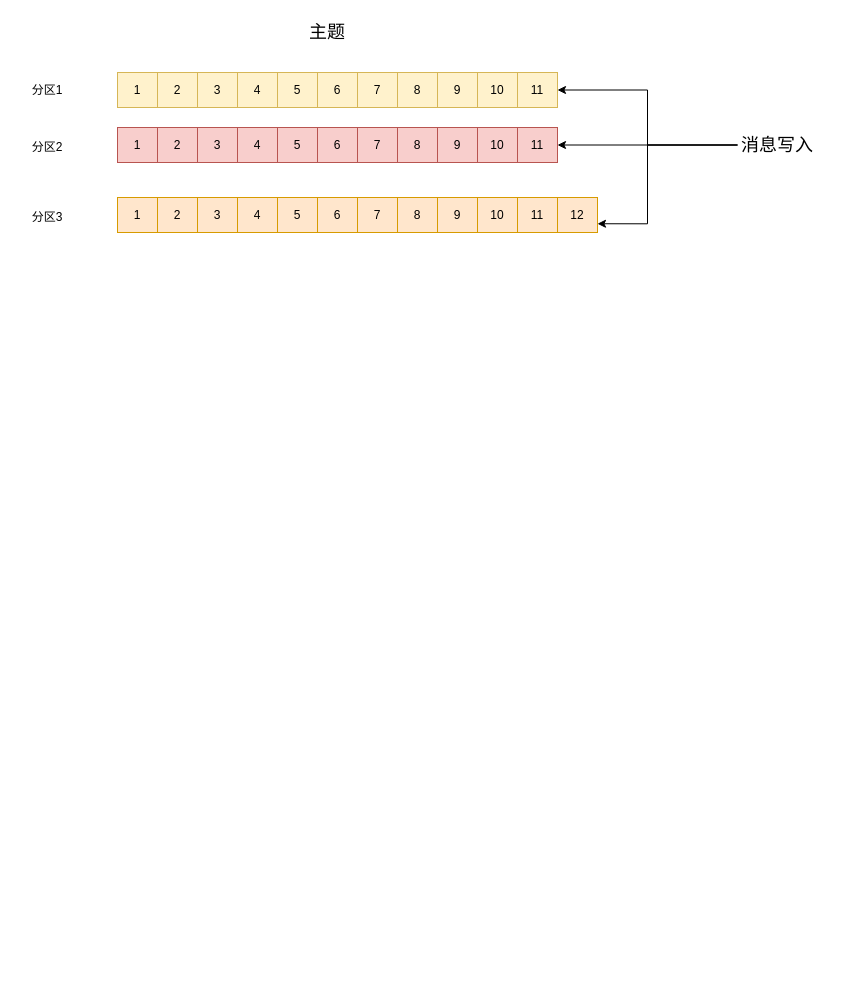
The draw.io diagram kafka.drawio in linbingxing/mind, before the edit. Source tidied: cells renumbered, new cells numbered last; positions are measured from the earlier drawing's top-left corner, leaving out a move shared by most shapes. Both pictures are drawn from the tidied source at 100%, with x=0, y=0 at pixel (17, 17).
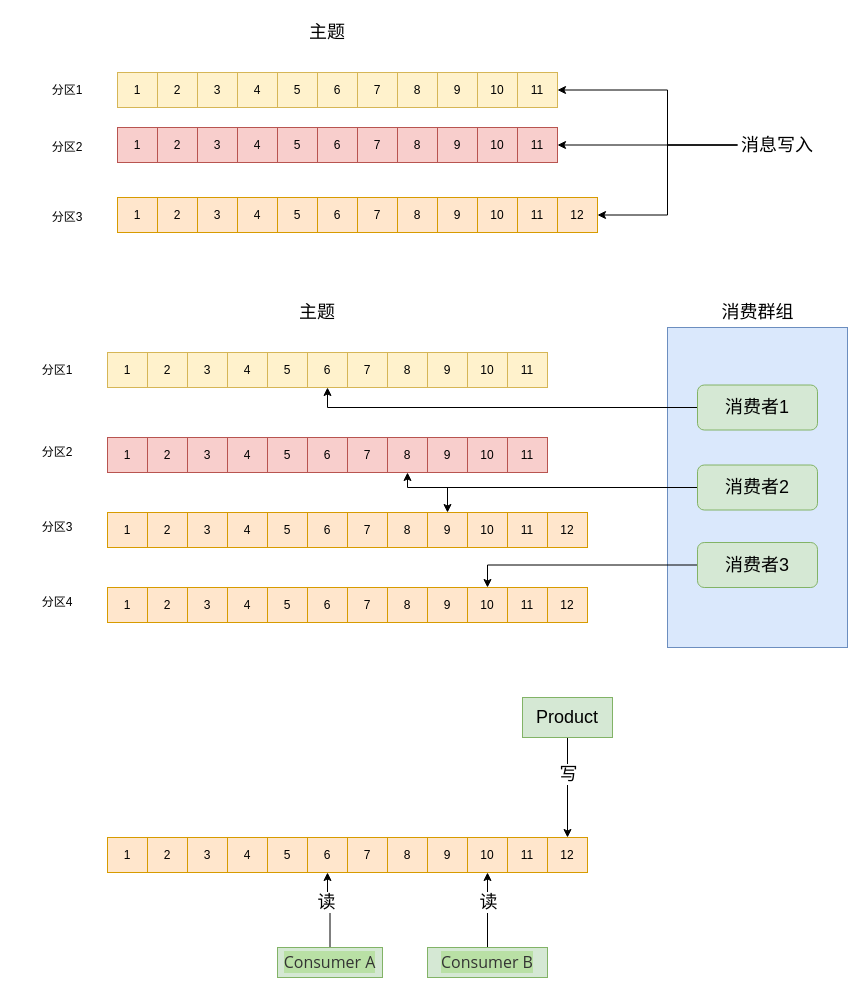
The same page after the edit.

Unchanged cells that the change refers to:
```xml
<mxCell id="15" value="11" style="rounded=0;whiteSpace=wrap;html=1;fillColor=#fff2cc;strokeColor=#d6b656;" parent="1" vertex="1">
  <mxGeometry x="500" y="55" width="40" height="35" as="geometry" />
</mxCell>
<mxCell id="38" value="12" style="rounded=0;whiteSpace=wrap;html=1;fillColor=#ffe6cc;strokeColor=#d79b00;" parent="1" vertex="1">
  <mxGeometry x="540" y="180" width="40" height="35" as="geometry" />
</mxCell>
<mxCell id="43" value="消息写入" style="text;html=1;strokeColor=none;fillColor=none;align=center;verticalAlign=middle;whiteSpace=wrap;rounded=0;fontSize=18;" parent="1" vertex="1">
  <mxGeometry x="720" y="112.5" width="80" height="30" as="geometry" />
</mxCell>
```

What changed in the source:
```diff
@@
     <mxCell id="2" value="分区1" style="text;html=1;strokeColor=none;fillColor=none;align=center;verticalAlign=middle;whiteSpace=wrap;rounded=0;" parent="1" vertex="1">
-      <mxGeometry y="57.5" width="60" height="30" as="geometry" />
+      <mxGeometry x="20" y="57.5" width="60" height="30" as="geometry" />
     </mxCell>
     <mxCell id="3" value="分区2" style="text;html=1;strokeColor=none;fillColor=none;align=center;verticalAlign=middle;whiteSpace=wrap;rounded=0;" parent="1" vertex="1">
-      <mxGeometry y="115" width="60" height="30" as="geometry" />
+      <mxGeometry x="20" y="115" width="60" height="30" as="geometry" />
     </mxCell>
     <mxCell id="4" value="分区3" style="text;html=1;strokeColor=none;fillColor=none;align=center;verticalAlign=middle;whiteSpace=wrap;rounded=0;" parent="1" vertex="1">
-      <mxGeometry y="185" width="60" height="30" as="geometry" />
+      <mxGeometry x="20" y="185" width="60" height="30" as="geometry" />
     </mxCell>
@@
     <mxCell id="40" style="edgeStyle=orthogonalEdgeStyle;rounded=0;jettySize=auto;html=1;entryX=1;entryY=0.5;entryDx=0;entryDy=0;fontSize=18;" parent="1" edge="1" source="43" target="15">
-      <mxGeometry relative="1" as="geometry" />
+      <mxGeometry relative="1" as="geometry">
+        <Array as="points">
+          <mxPoint x="650" y="128" />
+          <mxPoint x="650" y="73" />
+        </Array>
+      </mxGeometry>
     </mxCell>
@@
-    <mxCell id="42" style="edgeStyle=orthogonalEdgeStyle;rounded=0;jettySize=auto;html=1;entryX=1;entryY=0.75;entryDx=0;entryDy=0;fontSize=18;" parent="1" edge="1" source="43" target="38">
-      <mxGeometry relative="1" as="geometry">
-        <Array as="points">
-          <mxPoint x="630" y="128" />
-          <mxPoint x="630" y="206" />
-        </Array>
-      </mxGeometry>
+    <mxCell id="42" style="edgeStyle=orthogonalEdgeStyle;rounded=0;jettySize=auto;html=1;entryX=1;entryY=0.5;entryDx=0;entryDy=0;fontSize=18;" parent="1" edge="1" source="43" target="38">
+      <mxGeometry relative="1" as="geometry" />
     </mxCell>
@@
+    <mxCell id="44" value="分区1" style="text;html=1;strokeColor=none;fillColor=none;align=center;verticalAlign=middle;whiteSpace=wrap;rounded=0;" parent="1" vertex="1">
+      <mxGeometry x="10" y="337.5" width="60" height="30" as="geometry" />
+    </mxCell>
+    <mxCell id="45" value="分区2" style="text;html=1;strokeColor=none;fillColor=none;align=center;verticalAlign=middle;whiteSpace=wrap;rounded=0;" parent="1" vertex="1">
+      <mxGeometry x="10" y="420" width="60" height="30" as="geometry" />
+    </mxCell>
+    <mxCell id="46" value="分区3" style="text;html=1;strokeColor=none;fillColor=none;align=center;verticalAlign=middle;whiteSpace=wrap;rounded=0;" parent="1" vertex="1">
+      <mxGeometry x="10" y="495" width="60" height="30" as="geometry" />
+    </mxCell>
+    <mxCell id="47" value="1" style="rounded=0;whiteSpace=wrap;html=1;fillColor=#fff2cc;strokeColor=#d6b656;" parent="1" vertex="1">
+      <mxGeometry x="90" y="335" width="40" height="35" as="geometry" />
+    </mxCell>
+    <mxCell id="48" value="2" style="rounded=0;whiteSpace=wrap;html=1;fillColor=#fff2cc;strokeColor=#d6b656;" parent="1" vertex="1">
+      <mxGeometry x="130" y="335" width="40" height="35" as="geometry" />
+    </mxCell>
+    <mxCell id="49" value="3" style="rounded=0;whiteSpace=wrap;html=1;fillColor=#fff2cc;strokeColor=#d6b656;" parent="1" vertex="1">
+      <mxGeometry x="170" y="335" width="40" height="35" as="geometry" />
+    </mxCell>
+    <mxCell id="50" value="4" style="rounded=0;whiteSpace=wrap;html=1;fillColor=#fff2cc;strokeColor=#d6b656;" parent="1" vertex="1">
+      <mxGeometry x="210" y="335" width="40" height="35" as="geometry" />
+    </mxCell>
+    <mxCell id="51" value="5" style="rounded=0;whiteSpace=wrap;html=1;fillColor=#fff2cc;strokeColor=#d6b656;" parent="1" vertex="1">
+      <mxGeometry x="250" y="335" width="40" height="35" as="geometry" />
+    </mxCell>
+    <mxCell id="52" value="6" style="rounded=0;whiteSpace=wrap;html=1;fillColor=#fff2cc;strokeColor=#d6b656;" parent="1" vertex="1">
+      <mxGeometry x="290" y="335" width="40" height="35" as="geometry" />
+    </mxCell>
+    <mxCell id="53" value="7" style="rounded=0;whiteSpace=wrap;html=1;fillColor=#fff2cc;strokeColor=#d6b656;" parent="1" vertex="1">
+      <mxGeometry x="330" y="335" width="40" height="35" as="geometry" />
+    </mxCell>
+    <mxCell id="54" value="8" style="rounded=0;whiteSpace=wrap;html=1;fillColor=#fff2cc;strokeColor=#d6b656;" parent="1" vertex="1">
+      <mxGeometry x="370" y="335" width="40" height="35" as="geometry" />
+    </mxCell>
+    <mxCell id="55" value="9" style="rounded=0;whiteSpace=wrap;html=1;fillColor=#fff2cc;strokeColor=#d6b656;" parent="1" vertex="1">
+      <mxGeometry x="410" y="335" width="40" height="35" as="geometry" />
+    </mxCell>
+    <mxCell id="56" value="10" style="rounded=0;whiteSpace=wrap;html=1;fillColor=#fff2cc;strokeColor=#d6b656;" parent="1" vertex="1">
+      <mxGeometry x="450" y="335" width="40" height="35" as="geometry" />
+    </mxCell>
+    <mxCell id="57" value="11" style="rounded=0;whiteSpace=wrap;html=1;fillColor=#fff2cc;strokeColor=#d6b656;" parent="1" vertex="1">
+      <mxGeometry x="490" y="335" width="40" height="35" as="geometry" />
+    </mxCell>
+    <mxCell id="58" value="1" style="rounded=0;whiteSpace=wrap;html=1;fillColor=#f8cecc;strokeColor=#b85450;" parent="1" vertex="1">
+      <mxGeometry x="90" y="420" width="40" height="35" as="geometry" />
+    </mxCell>
+    <mxCell id="59" value="2" style="rounded=0;whiteSpace=wrap;html=1;fillColor=#f8cecc;strokeColor=#b85450;" parent="1" vertex="1">
+      <mxGeometry x="130" y="420" width="40" height="35" as="geometry" />
+    </mxCell>
+    <mxCell id="60" value="3" style="rounded=0;whiteSpace=wrap;html=1;fillColor=#f8cecc;strokeColor=#b85450;" parent="1" vertex="1">
+      <mxGeometry x="170" y="420" width="40" height="35" as="geometry" />
+    </mxCell>
+    <mxCell id="61" value="4" style="rounded=0;whiteSpace=wrap;html=1;fillColor=#f8cecc;strokeColor=#b85450;" parent="1" vertex="1">
+      <mxGeometry x="210" y="420" width="40" height="35" as="geometry" />
+    </mxCell>
+    <mxCell id="62" value="5" style="rounded=0;whiteSpace=wrap;html=1;fillColor=#f8cecc;strokeColor=#b85450;" parent="1" vertex="1">
+      <mxGeometry x="250" y="420" width="40" height="35" as="geometry" />
+    </mxCell>
+    <mxCell id="63" value="6" style="rounded=0;whiteSpace=wrap;html=1;fillColor=#f8cecc;strokeColor=#b85450;" parent="1" vertex="1">
+      <mxGeometry x="290" y="420" width="40" height="35" as="geometry" />
+    </mxCell>
+    <mxCell id="64" value="7" style="rounded=0;whiteSpace=wrap;html=1;fillColor=#f8cecc;strokeColor=#b85450;" parent="1" vertex="1">
+      <mxGeometry x="330" y="420" width="40" height="35" as="geometry" />
+    </mxCell>
+    <mxCell id="65" value="8" style="rounded=0;whiteSpace=wrap;html=1;fillColor=#f8cecc;strokeColor=#b85450;" parent="1" vertex="1">
+      <mxGeometry x="370" y="420" width="40" height="35" as="geometry" />
+    </mxCell>
+    <mxCell id="66" value="9" style="rounded=0;whiteSpace=wrap;html=1;fillColor=#f8cecc;strokeColor=#b85450;" parent="1" vertex="1">
+      <mxGeometry x="410" y="420" width="40" height="35" as="geometry" />
+    </mxCell>
+    <mxCell id="67" value="10" style="rounded=0;whiteSpace=wrap;html=1;fillColor=#f8cecc;strokeColor=#b85450;" parent="1" vertex="1">
+      <mxGeometry x="450" y="420" width="40" height="35" as="geometry" />
+    </mxCell>
+    <mxCell id="68" value="11" style="rounded=0;whiteSpace=wrap;html=1;fillColor=#f8cecc;strokeColor=#b85450;" parent="1" vertex="1">
+      <mxGeometry x="490" y="420" width="40" height="35" as="geometry" />
+    </mxCell>
+    <mxCell id="69" value="1" style="rounded=0;whiteSpace=wrap;html=1;fillColor=#ffe6cc;strokeColor=#d79b00;" parent="1" vertex="1">
+      <mxGeometry x="90" y="495" width="40" height="35" as="geometry" />
+    </mxCell>
+    <mxCell id="70" value="2" style="rounded=0;whiteSpace=wrap;html=1;fillColor=#ffe6cc;strokeColor=#d79b00;" parent="1" vertex="1">
+      <mxGeometry x="130" y="495" width="40" height="35" as="geometry" />
+    </mxCell>
+    <mxCell id="71" value="3" style="rounded=0;whiteSpace=wrap;html=1;fillColor=#ffe6cc;strokeColor=#d79b00;" parent="1" vertex="1">
+      <mxGeometry x="170" y="495" width="40" height="35" as="geometry" />
+    </mxCell>
+    <mxCell id="72" value="4" style="rounded=0;whiteSpace=wrap;html=1;fillColor=#ffe6cc;strokeColor=#d79b00;" parent="1" vertex="1">
+      <mxGeometry x="210" y="495" width="40" height="35" as="geometry" />
+    </mxCell>
+    <mxCell id="73" value="5" style="rounded=0;whiteSpace=wrap;html=1;fillColor=#ffe6cc;strokeColor=#d79b00;" parent="1" vertex="1">
+      <mxGeometry x="250" y="495" width="40" height="35" as="geometry" />
+    </mxCell>
+    <mxCell id="74" value="6" style="rounded=0;whiteSpace=wrap;html=1;fillColor=#ffe6cc;strokeColor=#d79b00;" parent="1" vertex="1">
+      <mxGeometry x="290" y="495" width="40" height="35" as="geometry" />
+    </mxCell>
+    <mxCell id="75" value="7" style="rounded=0;whiteSpace=wrap;html=1;fillColor=#ffe6cc;strokeColor=#d79b00;" parent="1" vertex="1">
+      <mxGeometry x="330" y="495" width="40" height="35" as="geometry" />
+    </mxCell>
+    <mxCell id="76" value="8" style="rounded=0;whiteSpace=wrap;html=1;fillColor=#ffe6cc;strokeColor=#d79b00;" parent="1" vertex="1">
+      <mxGeometry x="370" y="495" width="40" height="35" as="geometry" />
+    </mxCell>
+    <mxCell id="77" value="9" style="rounded=0;whiteSpace=wrap;html=1;fillColor=#ffe6cc;strokeColor=#d79b00;" parent="1" vertex="1">
+      <mxGeometry x="410" y="495" width="40" height="35" as="geometry" />
+    </mxCell>
+    <mxCell id="78" value="10" style="rounded=0;whiteSpace=wrap;html=1;fillColor=#ffe6cc;strokeColor=#d79b00;" parent="1" vertex="1">
+      <mxGeometry x="450" y="495" width="40" height="35" as="geometry" />
+    </mxCell>
+    <mxCell id="79" value="11" style="rounded=0;whiteSpace=wrap;html=1;fillColor=#ffe6cc;strokeColor=#d79b00;" parent="1" vertex="1">
+      <mxGeometry x="490" y="495" width="40" height="35" as="geometry" />
+    </mxCell>
+    <mxCell id="80" value="12" style="rounded=0;whiteSpace=wrap;html=1;fillColor=#ffe6cc;strokeColor=#d79b00;" parent="1" vertex="1">
+      <mxGeometry x="530" y="495" width="40" height="35" as="geometry" />
+    </mxCell>
+    <mxCell id="81" value="&lt;font style=&quot;font-size: 18px&quot;&gt;主题&lt;/font&gt;" style="text;html=1;strokeColor=none;fillColor=none;align=center;verticalAlign=middle;whiteSpace=wrap;rounded=0;" parent="1" vertex="1">
+      <mxGeometry x="270" y="280" width="60" height="30" as="geometry" />
+    </mxCell>
+    <mxCell id="82" style="rounded=0;whiteSpace=wrap;html=1;fontSize=18;fillColor=#dae8fc;strokeColor=#6c8ebf;" parent="1" vertex="1">
+      <mxGeometry x="650" y="310" width="180" height="320" as="geometry" />
+    </mxCell>
+    <mxCell id="83" style="edgeStyle=orthogonalEdgeStyle;rounded=0;jettySize=auto;html=1;entryX=0.5;entryY=1;entryDx=0;entryDy=0;fontSize=18;" parent="1" edge="1" source="84" target="52">
+      <mxGeometry relative="1" as="geometry" />
+    </mxCell>
+    <mxCell id="84" value="消费者1" style="rounded=1;whiteSpace=wrap;html=1;fontSize=18;fillColor=#d5e8d4;strokeColor=#82b366;" parent="1" vertex="1">
+      <mxGeometry x="680" y="367.5" width="120" height="45" as="geometry" />
+    </mxCell>
+    <mxCell id="85" style="edgeStyle=orthogonalEdgeStyle;rounded=0;jettySize=auto;html=1;entryX=0.5;entryY=1;entryDx=0;entryDy=0;fontSize=18;" parent="1" edge="1" source="87" target="65">
+      <mxGeometry relative="1" as="geometry">
+        <Array as="points">
+          <mxPoint x="390" y="470" />
+        </Array>
+      </mxGeometry>
+    </mxCell>
+    <mxCell id="86" style="edgeStyle=orthogonalEdgeStyle;rounded=0;jettySize=auto;html=1;entryX=0.5;entryY=0;entryDx=0;entryDy=0;fontSize=18;" parent="1" edge="1" source="87" target="77">
+      <mxGeometry relative="1" as="geometry" />
+    </mxCell>
+    <mxCell id="87" value="消费者2" style="rounded=1;whiteSpace=wrap;html=1;fontSize=18;fillColor=#d5e8d4;strokeColor=#82b366;" parent="1" vertex="1">
+      <mxGeometry x="680" y="447.5" width="120" height="45" as="geometry" />
+    </mxCell>
+    <mxCell id="88" style="edgeStyle=orthogonalEdgeStyle;rounded=0;jettySize=auto;html=1;entryX=0.5;entryY=0;entryDx=0;entryDy=0;fontSize=18;" parent="1" edge="1" source="89" target="100">
+      <mxGeometry relative="1" as="geometry" />
+    </mxCell>
+    <mxCell id="89" value="消费者3" style="rounded=1;whiteSpace=wrap;html=1;fontSize=18;fillColor=#d5e8d4;strokeColor=#82b366;" parent="1" vertex="1">
+      <mxGeometry x="680" y="525" width="120" height="45" as="geometry" />
+    </mxCell>
+    <mxCell id="90" value="消费群组" style="text;html=1;strokeColor=none;fillColor=none;align=center;verticalAlign=middle;whiteSpace=wrap;rounded=0;fontSize=18;" parent="1" vertex="1">
+      <mxGeometry x="693.5" y="280" width="93" height="30" as="geometry" />
+    </mxCell>
+    <mxCell id="91" value="1" style="rounded=0;whiteSpace=wrap;html=1;fillColor=#ffe6cc;strokeColor=#d79b00;" parent="1" vertex="1">
+      <mxGeometry x="90" y="570" width="40" height="35" as="geometry" />
+    </mxCell>
+    <mxCell id="92" value="2" style="rounded=0;whiteSpace=wrap;html=1;fillColor=#ffe6cc;strokeColor=#d79b00;" parent="1" vertex="1">
+      <mxGeometry x="130" y="570" width="40" height="35" as="geometry" />
+    </mxCell>
+    <mxCell id="93" value="3" style="rounded=0;whiteSpace=wrap;html=1;fillColor=#ffe6cc;strokeColor=#d79b00;" parent="1" vertex="1">
+      <mxGeometry x="170" y="570" width="40" height="35" as="geometry" />
+    </mxCell>
+    <mxCell id="94" value="4" style="rounded=0;whiteSpace=wrap;html=1;fillColor=#ffe6cc;strokeColor=#d79b00;" parent="1" vertex="1">
+      <mxGeometry x="210" y="570" width="40" height="35" as="geometry" />
+    </mxCell>
+    <mxCell id="95" value="5" style="rounded=0;whiteSpace=wrap;html=1;fillColor=#ffe6cc;strokeColor=#d79b00;" parent="1" vertex="1">
+      <mxGeometry x="250" y="570" width="40" height="35" as="geometry" />
+    </mxCell>
+    <mxCell id="96" value="6" style="rounded=0;whiteSpace=wrap;html=1;fillColor=#ffe6cc;strokeColor=#d79b00;" parent="1" vertex="1">
+      <mxGeometry x="290" y="570" width="40" height="35" as="geometry" />
+    </mxCell>
+    <mxCell id="97" value="7" style="rounded=0;whiteSpace=wrap;html=1;fillColor=#ffe6cc;strokeColor=#d79b00;" parent="1" vertex="1">
+      <mxGeometry x="330" y="570" width="40" height="35" as="geometry" />
+    </mxCell>
+    <mxCell id="98" value="8" style="rounded=0;whiteSpace=wrap;html=1;fillColor=#ffe6cc;strokeColor=#d79b00;" parent="1" vertex="1">
+      <mxGeometry x="370" y="570" width="40" height="35" as="geometry" />
+    </mxCell>
+    <mxCell id="99" value="9" style="rounded=0;whiteSpace=wrap;html=1;fillColor=#ffe6cc;strokeColor=#d79b00;" parent="1" vertex="1">
+      <mxGeometry x="410" y="570" width="40" height="35" as="geometry" />
+    </mxCell>
+    <mxCell id="100" value="10" style="rounded=0;whiteSpace=wrap;html=1;fillColor=#ffe6cc;strokeColor=#d79b00;" parent="1" vertex="1">
+      <mxGeometry x="450" y="570" width="40" height="35" as="geometry" />
+    </mxCell>
+    <mxCell id="101" value="11" style="rounded=0;whiteSpace=wrap;html=1;fillColor=#ffe6cc;strokeColor=#d79b00;" parent="1" vertex="1">
+      <mxGeometry x="490" y="570" width="40" height="35" as="geometry" />
+    </mxCell>
+    <mxCell id="102" value="12" style="rounded=0;whiteSpace=wrap;html=1;fillColor=#ffe6cc;strokeColor=#d79b00;" parent="1" vertex="1">
+      <mxGeometry x="530" y="570" width="40" height="35" as="geometry" />
+    </mxCell>
+    <mxCell id="103" value="分区4" style="text;html=1;strokeColor=none;fillColor=none;align=center;verticalAlign=middle;whiteSpace=wrap;rounded=0;" parent="1" vertex="1">
+      <mxGeometry x="10" y="570" width="60" height="30" as="geometry" />
+    </mxCell>
+    <mxCell id="104" value="1" style="rounded=0;whiteSpace=wrap;html=1;fillColor=#ffe6cc;strokeColor=#d79b00;" parent="1" vertex="1">
+      <mxGeometry x="90" y="820" width="40" height="35" as="geometry" />
+    </mxCell>
+    <mxCell id="105" value="2" style="rounded=0;whiteSpace=wrap;html=1;fillColor=#ffe6cc;strokeColor=#d79b00;" parent="1" vertex="1">
+      <mxGeometry x="130" y="820" width="40" height="35" as="geometry" />
+    </mxCell>
+    <mxCell id="106" value="3" style="rounded=0;whiteSpace=wrap;html=1;fillColor=#ffe6cc;strokeColor=#d79b00;" parent="1" vertex="1">
+      <mxGeometry x="170" y="820" width="40" height="35" as="geometry" />
+    </mxCell>
+    <mxCell id="107" value="4" style="rounded=0;whiteSpace=wrap;html=1;fillColor=#ffe6cc;strokeColor=#d79b00;" parent="1" vertex="1">
+      <mxGeometry x="210" y="820" width="40" height="35" as="geometry" />
+    </mxCell>
+    <mxCell id="108" value="5" style="rounded=0;whiteSpace=wrap;html=1;fillColor=#ffe6cc;strokeColor=#d79b00;" parent="1" vertex="1">
+      <mxGeometry x="250" y="820" width="40" height="35" as="geometry" />
+    </mxCell>
+    <mxCell id="109" value="6" style="rounded=0;whiteSpace=wrap;html=1;fillColor=#ffe6cc;strokeColor=#d79b00;" parent="1" vertex="1">
+      <mxGeometry x="290" y="820" width="40" height="35" as="geometry" />
+    </mxCell>
+    <mxCell id="110" value="7" style="rounded=0;whiteSpace=wrap;html=1;fillColor=#ffe6cc;strokeColor=#d79b00;" parent="1" vertex="1">
+      <mxGeometry x="330" y="820" width="40" height="35" as="geometry" />
+    </mxCell>
+    <mxCell id="111" value="8" style="rounded=0;whiteSpace=wrap;html=1;fillColor=#ffe6cc;strokeColor=#d79b00;" parent="1" vertex="1">
+      <mxGeometry x="370" y="820" width="40" height="35" as="geometry" />
+    </mxCell>
+    <mxCell id="112" value="9" style="rounded=0;whiteSpace=wrap;html=1;fillColor=#ffe6cc;strokeColor=#d79b00;" parent="1" vertex="1">
+      <mxGeometry x="410" y="820" width="40" height="35" as="geometry" />
+    </mxCell>
+    <mxCell id="113" value="10" style="rounded=0;whiteSpace=wrap;html=1;fillColor=#ffe6cc;strokeColor=#d79b00;" parent="1" vertex="1">
+      <mxGeometry x="450" y="820" width="40" height="35" as="geometry" />
+    </mxCell>
+    <mxCell id="114" value="11" style="rounded=0;whiteSpace=wrap;html=1;fillColor=#ffe6cc;strokeColor=#d79b00;" parent="1" vertex="1">
+      <mxGeometry x="490" y="820" width="40" height="35" as="geometry" />
+    </mxCell>
+    <mxCell id="115" value="12" style="rounded=0;whiteSpace=wrap;html=1;fillColor=#ffe6cc;strokeColor=#d79b00;" parent="1" vertex="1">
+      <mxGeometry x="530" y="820" width="40" height="35" as="geometry" />
+    </mxCell>
+    <mxCell id="116" style="edgeStyle=orthogonalEdgeStyle;rounded=0;jettySize=auto;html=1;entryX=0.5;entryY=0;entryDx=0;entryDy=0;fontSize=18;" parent="1" edge="1" source="118" target="115">
+      <mxGeometry relative="1" as="geometry" />
+    </mxCell>
+    <mxCell id="117" value="写" style="edgeLabel;html=1;align=center;verticalAlign=middle;fontSize=18;" parent="116" vertex="1">
+      <mxGeometry x="-0.28" relative="1" as="geometry" />
+    </mxCell>
+    <mxCell id="118" value="Product" style="rounded=0;whiteSpace=wrap;html=1;fontSize=18;fillColor=#d5e8d4;strokeColor=#82b366;" parent="1" vertex="1">
+      <mxGeometry x="505" y="680" width="90" height="40" as="geometry" />
+    </mxCell>
+    <mxCell id="119" style="edgeStyle=orthogonalEdgeStyle;rounded=0;jettySize=auto;html=1;entryX=0.5;entryY=1;entryDx=0;entryDy=0;fontSize=18;" parent="1" edge="1" source="121" target="109">
+      <mxGeometry relative="1" as="geometry" />
+    </mxCell>
+    <mxCell id="120" value="读" style="edgeLabel;html=1;align=center;verticalAlign=middle;fontSize=18;" parent="119" vertex="1">
+      <mxGeometry x="0.24" y="2" relative="1" as="geometry" />
+    </mxCell>
+    <mxCell id="121" value="&lt;span style=&quot;color: rgb(51 , 51 , 51) ; font-family: &amp;#34;open sans&amp;#34; , &amp;#34;clear sans&amp;#34; , &amp;#34;helvetica neue&amp;#34; , &amp;#34;helvetica&amp;#34; , &amp;#34;arial&amp;#34; , sans-serif ; font-size: 16px ; background-color: rgb(185 , 224 , 165)&quot;&gt;Consumer A&lt;/span&gt;" style="rounded=0;whiteSpace=wrap;html=1;fontSize=18;fillColor=#d5e8d4;strokeColor=#82b366;" parent="1" vertex="1">
+      <mxGeometry x="260" y="930" width="105" height="30" as="geometry" />
+    </mxCell>
+    <mxCell id="122" style="edgeStyle=orthogonalEdgeStyle;rounded=0;jettySize=auto;html=1;entryX=0.5;entryY=1;entryDx=0;entryDy=0;fontSize=18;" parent="1" edge="1" source="124" target="113">
+      <mxGeometry relative="1" as="geometry" />
+    </mxCell>
+    <mxCell id="123" value="读" style="edgeLabel;html=1;align=center;verticalAlign=middle;fontSize=18;" parent="122" vertex="1">
+      <mxGeometry x="0.22" relative="1" as="geometry" />
+    </mxCell>
+    <mxCell id="124" value="&lt;span style=&quot;color: rgb(51 , 51 , 51) ; font-family: &amp;#34;open sans&amp;#34; , &amp;#34;clear sans&amp;#34; , &amp;#34;helvetica neue&amp;#34; , &amp;#34;helvetica&amp;#34; , &amp;#34;arial&amp;#34; , sans-serif ; font-size: 16px ; background-color: rgb(185 , 224 , 165)&quot;&gt;Consumer B&lt;/span&gt;" style="rounded=0;whiteSpace=wrap;html=1;fontSize=18;fillColor=#d5e8d4;strokeColor=#82b366;" parent="1" vertex="1">
+      <mxGeometry x="410" y="930" width="120" height="30" as="geometry" />
+    </mxCell>
```
